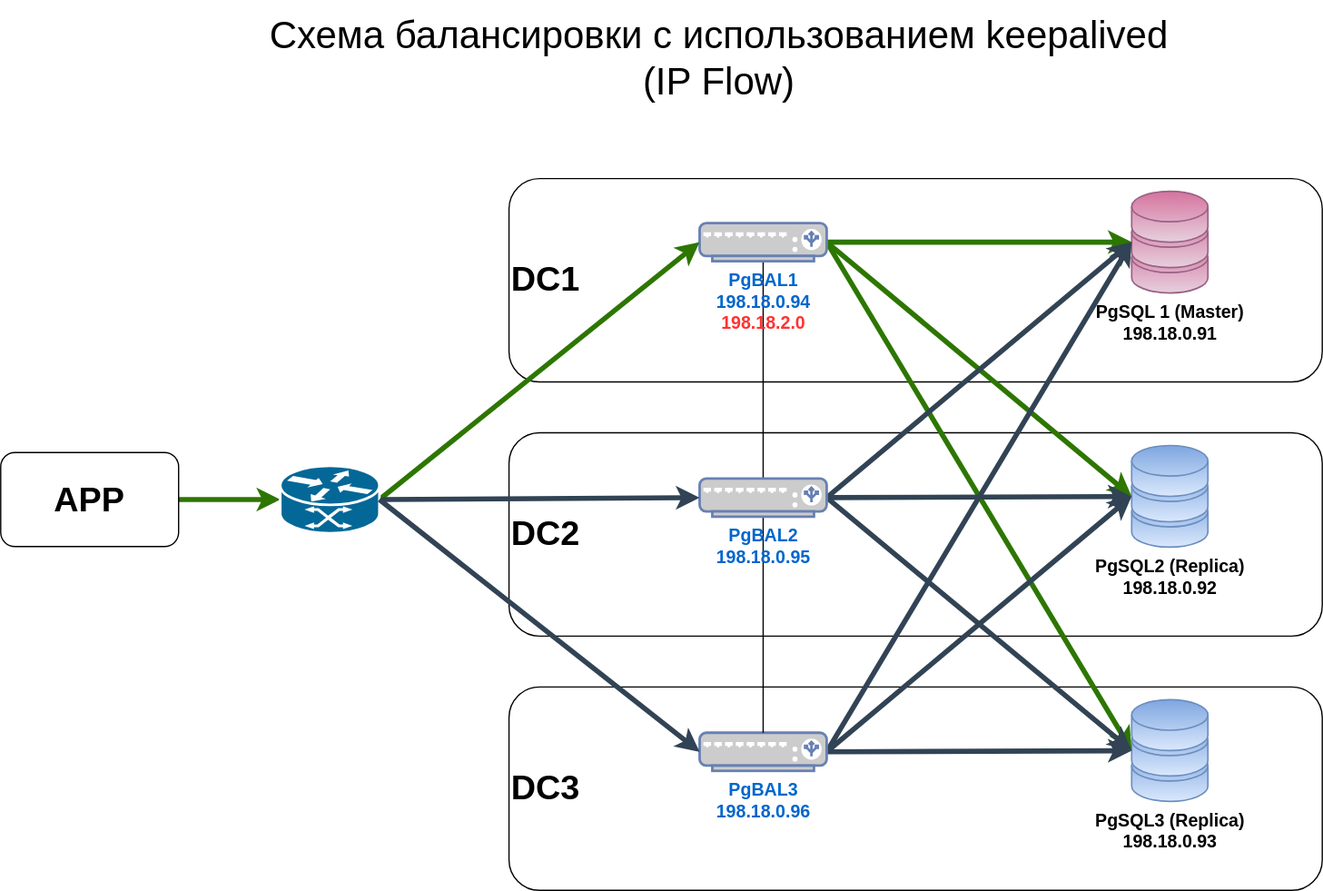
Before: support/drawio/ntwrk_02.drawio.svg, a diagram exported from draw.io (IgorAlov/pg_pool2_ng). Source tidied: cells renumbered, new cells last; positions are measured from the earlier drawing's top-left corner, leaving out a move shared by most shapes. Source of this version:
```xml
<mxGraphModel>
  <root>
    <mxCell id="0" />
    <mxCell id="1" parent="0" />
    <mxCell id="2" value="DC3" style="rounded=1;whiteSpace=wrap;html=1;fontSize=27;align=left;fontStyle=1;" parent="1" vertex="1">
      <mxGeometry x="400" y="540" width="640" height="160" as="geometry" />
    </mxCell>
    <mxCell id="3" value="DC2" style="rounded=1;whiteSpace=wrap;html=1;fontSize=27;align=left;fontStyle=1;" parent="1" vertex="1">
      <mxGeometry x="400" y="340" width="640" height="160" as="geometry" />
    </mxCell>
    <mxCell id="4" value="DC1" style="rounded=1;whiteSpace=wrap;html=1;fontSize=27;align=left;fontStyle=1;" parent="1" vertex="1">
      <mxGeometry x="400" y="140" width="640" height="160" as="geometry" />
    </mxCell>
    <mxCell id="5" value="PgSQL 1 (Master)&lt;br&gt;198.18.0.91" style="verticalAlign=top;verticalLabelPosition=bottom;labelPosition=center;align=center;html=1;outlineConnect=0;fillColor=#e6d0de;strokeColor=#996185;gradientDirection=north;strokeWidth=2;shape=mxgraph.networks.storage;fontSize=14;fontStyle=1;gradientColor=#d5739d;" parent="1" vertex="1">
      <mxGeometry x="890" y="150" width="60" height="80" as="geometry" />
    </mxCell>
    <mxCell id="6" value="PgSQL2 (Replica)&lt;br&gt;198.18.0.92" style="verticalAlign=top;verticalLabelPosition=bottom;labelPosition=center;align=center;html=1;outlineConnect=0;fillColor=#dae8fc;strokeColor=#6c8ebf;gradientColor=#7ea6e0;gradientDirection=north;strokeWidth=2;shape=mxgraph.networks.storage;fontSize=14;fontStyle=1;" parent="1" vertex="1">
      <mxGeometry x="890" y="350" width="60" height="80" as="geometry" />
    </mxCell>
    <mxCell id="7" value="PgSQL3 (Replica)&lt;br&gt;198.18.0.93" style="verticalAlign=top;verticalLabelPosition=bottom;labelPosition=center;align=center;html=1;outlineConnect=0;fillColor=#dae8fc;strokeColor=#6c8ebf;gradientColor=#7ea6e0;gradientDirection=north;strokeWidth=2;shape=mxgraph.networks.storage;fontSize=14;fontStyle=1;" parent="1" vertex="1">
      <mxGeometry x="890" y="550" width="60" height="80" as="geometry" />
    </mxCell>
    <mxCell id="8" style="edgeStyle=none;html=1;fontSize=14;entryX=0;entryY=0.5;entryDx=0;entryDy=0;entryPerimeter=0;fillColor=#60a917;strokeColor=#2D7600;strokeWidth=4;flowAnimation=1;" parent="1" edge="1" source="12" target="5">
      <mxGeometry relative="1" as="geometry" />
    </mxCell>
    <mxCell id="9" style="edgeStyle=none;html=1;exitX=1;exitY=0.5;exitDx=0;exitDy=0;exitPerimeter=0;entryX=0;entryY=0.5;entryDx=0;entryDy=0;entryPerimeter=0;fontSize=14;fillColor=#60a917;strokeColor=#2D7600;strokeWidth=4;flowAnimation=1;" parent="1" edge="1" source="12" target="7">
      <mxGeometry relative="1" as="geometry" />
    </mxCell>
    <mxCell id="10" style="edgeStyle=none;html=1;exitX=1;exitY=0.5;exitDx=0;exitDy=0;exitPerimeter=0;entryX=0;entryY=0.5;entryDx=0;entryDy=0;entryPerimeter=0;fontSize=14;fillColor=#60a917;strokeColor=#2D7600;strokeWidth=4;flowAnimation=1;" parent="1" edge="1" source="12" target="6">
      <mxGeometry relative="1" as="geometry" />
    </mxCell>
    <mxCell id="11" style="edgeStyle=none;html=1;exitX=0.5;exitY=1;exitDx=0;exitDy=0;exitPerimeter=0;fontSize=14;endArrow=none;endFill=0;flowAnimation=0;" parent="1" edge="1" source="12" target="21">
      <mxGeometry relative="1" as="geometry" />
    </mxCell>
    <mxCell id="12" value="PgBAL1&lt;br&gt;198.18.0.94&lt;br&gt;&lt;font color=&quot;#ff3333&quot;&gt;198.18.2.0&lt;/font&gt;" style="fontColor=#0066CC;verticalAlign=top;verticalLabelPosition=bottom;labelPosition=center;align=center;html=1;outlineConnect=0;fillColor=#CCCCCC;strokeColor=#6881B3;gradientColor=none;gradientDirection=north;strokeWidth=2;shape=mxgraph.networks.load_balancer;fontSize=14;fontStyle=1;" parent="1" vertex="1">
      <mxGeometry x="550" y="175" width="100" height="30" as="geometry" />
    </mxCell>
    <mxCell id="13" style="edgeStyle=none;html=1;exitX=1;exitY=0.5;exitDx=0;exitDy=0;exitPerimeter=0;fontSize=14;fillColor=#647687;strokeColor=#314354;strokeWidth=4;" parent="1" edge="1" source="16" target="7">
      <mxGeometry relative="1" as="geometry" />
    </mxCell>
    <mxCell id="14" style="edgeStyle=none;html=1;exitX=1;exitY=0.5;exitDx=0;exitDy=0;exitPerimeter=0;entryX=0;entryY=0.5;entryDx=0;entryDy=0;entryPerimeter=0;fontSize=14;fillColor=#647687;strokeColor=#314354;strokeWidth=4;" parent="1" edge="1" source="16" target="6">
      <mxGeometry relative="1" as="geometry" />
    </mxCell>
    <mxCell id="15" style="edgeStyle=none;html=1;exitX=1;exitY=0.5;exitDx=0;exitDy=0;exitPerimeter=0;entryX=0;entryY=0.5;entryDx=0;entryDy=0;entryPerimeter=0;fontSize=14;fillColor=#647687;strokeColor=#314354;strokeWidth=4;" parent="1" edge="1" source="16" target="5">
      <mxGeometry relative="1" as="geometry" />
    </mxCell>
    <mxCell id="16" value="PgBAL3&lt;br&gt;198.18.0.96" style="fontColor=#0066CC;verticalAlign=top;verticalLabelPosition=bottom;labelPosition=center;align=center;html=1;outlineConnect=0;fillColor=#CCCCCC;strokeColor=#6881B3;gradientColor=none;gradientDirection=north;strokeWidth=2;shape=mxgraph.networks.load_balancer;fontSize=14;fontStyle=1;" parent="1" vertex="1">
      <mxGeometry x="550" y="576" width="100" height="30" as="geometry" />
    </mxCell>
    <mxCell id="17" style="edgeStyle=none;html=1;exitX=1;exitY=0.5;exitDx=0;exitDy=0;exitPerimeter=0;fontSize=14;fillColor=#647687;strokeColor=#314354;strokeWidth=4;" parent="1" edge="1" source="21" target="6">
      <mxGeometry relative="1" as="geometry" />
    </mxCell>
    <mxCell id="18" style="edgeStyle=none;html=1;exitX=1;exitY=0.5;exitDx=0;exitDy=0;exitPerimeter=0;entryX=0;entryY=0.5;entryDx=0;entryDy=0;entryPerimeter=0;fontSize=14;fillColor=#647687;strokeColor=#314354;strokeWidth=4;" parent="1" edge="1" source="21" target="7">
      <mxGeometry relative="1" as="geometry" />
    </mxCell>
    <mxCell id="19" style="edgeStyle=none;html=1;exitX=1;exitY=0.5;exitDx=0;exitDy=0;exitPerimeter=0;entryX=0;entryY=0.5;entryDx=0;entryDy=0;entryPerimeter=0;fontSize=14;fillColor=#647687;strokeColor=#314354;strokeWidth=4;" parent="1" edge="1" source="21" target="5">
      <mxGeometry relative="1" as="geometry" />
    </mxCell>
    <mxCell id="20" style="edgeStyle=none;html=1;exitX=0.5;exitY=1;exitDx=0;exitDy=0;exitPerimeter=0;entryX=0.5;entryY=0;entryDx=0;entryDy=0;entryPerimeter=0;fontSize=14;endArrow=none;endFill=0;flowAnimation=0;" parent="1" edge="1" source="21" target="16">
      <mxGeometry relative="1" as="geometry" />
    </mxCell>
    <mxCell id="21" value="PgBAL2&lt;br&gt;198.18.0.95" style="fontColor=#0066CC;verticalAlign=top;verticalLabelPosition=bottom;labelPosition=center;align=center;html=1;outlineConnect=0;fillColor=#CCCCCC;strokeColor=#6881B3;gradientColor=none;gradientDirection=north;strokeWidth=2;shape=mxgraph.networks.load_balancer;fontSize=14;fontStyle=1;" parent="1" vertex="1">
      <mxGeometry x="550" y="376" width="100" height="30" as="geometry" />
    </mxCell>
    <mxCell id="22" style="edgeStyle=none;html=1;exitX=1;exitY=0.5;exitDx=0;exitDy=0;entryX=0;entryY=0.5;entryDx=0;entryDy=0;entryPerimeter=0;strokeWidth=4;fontSize=27;flowAnimation=1;fillColor=#60a917;strokeColor=#2D7600;" parent="1" edge="1" source="23" target="26">
      <mxGeometry relative="1" as="geometry" />
    </mxCell>
    <mxCell id="23" value="APP" style="rounded=1;whiteSpace=wrap;html=1;fontSize=27;fontStyle=1;" parent="1" vertex="1">
      <mxGeometry y="355.5" width="140" height="74" as="geometry" />
    </mxCell>
    <mxCell id="24" style="edgeStyle=none;html=1;entryX=0;entryY=0.5;entryDx=0;entryDy=0;strokeWidth=4;fontSize=27;entryPerimeter=0;exitX=1;exitY=0.5;exitDx=0;exitDy=0;exitPerimeter=0;flowAnimation=1;fillColor=#60a917;strokeColor=#2D7600;" parent="1" edge="1" source="26" target="12">
      <mxGeometry relative="1" as="geometry" />
    </mxCell>
    <mxCell id="25" style="edgeStyle=none;html=1;exitX=1;exitY=0.5;exitDx=0;exitDy=0;exitPerimeter=0;strokeWidth=4;fontSize=27;entryX=0;entryY=0.5;entryDx=0;entryDy=0;entryPerimeter=0;flowAnimation=0;fillColor=#647687;strokeColor=#314354;" parent="1" edge="1" source="26" target="21">
      <mxGeometry relative="1" as="geometry" />
    </mxCell>
    <mxCell id="26" style="shape=mxgraph.cisco.routers.atm_router;sketch=0;html=1;dashed=0;fillColor=#036897;strokeColor=#ffffff;strokeWidth=2;verticalLabelPosition=bottom;verticalAlign=top;align=center;outlineConnect=0;fontSize=27;" parent="1" vertex="1">
      <mxGeometry x="220" y="366" width="78" height="53" as="geometry" />
    </mxCell>
    <mxCell id="27" value="Схема балансировки с использованием keepalived&lt;br&gt;(IP Flow)" style="text;html=1;align=center;verticalAlign=middle;strokeColor=none;fillColor=none;fontSize=30;" parent="1" vertex="1">
      <mxGeometry x="200" width="730" height="90" as="geometry" />
    </mxCell>
    <mxCell id="28" style="edgeStyle=none;html=1;exitX=1;exitY=0.5;exitDx=0;exitDy=0;exitPerimeter=0;entryX=0;entryY=0.5;entryDx=0;entryDy=0;strokeWidth=4;fontSize=27;entryPerimeter=0;fillColor=#647687;strokeColor=#314354;" parent="1" edge="1" source="26" target="16">
      <mxGeometry relative="1" as="geometry" />
    </mxCell>
  </root>
</mxGraphModel>
```
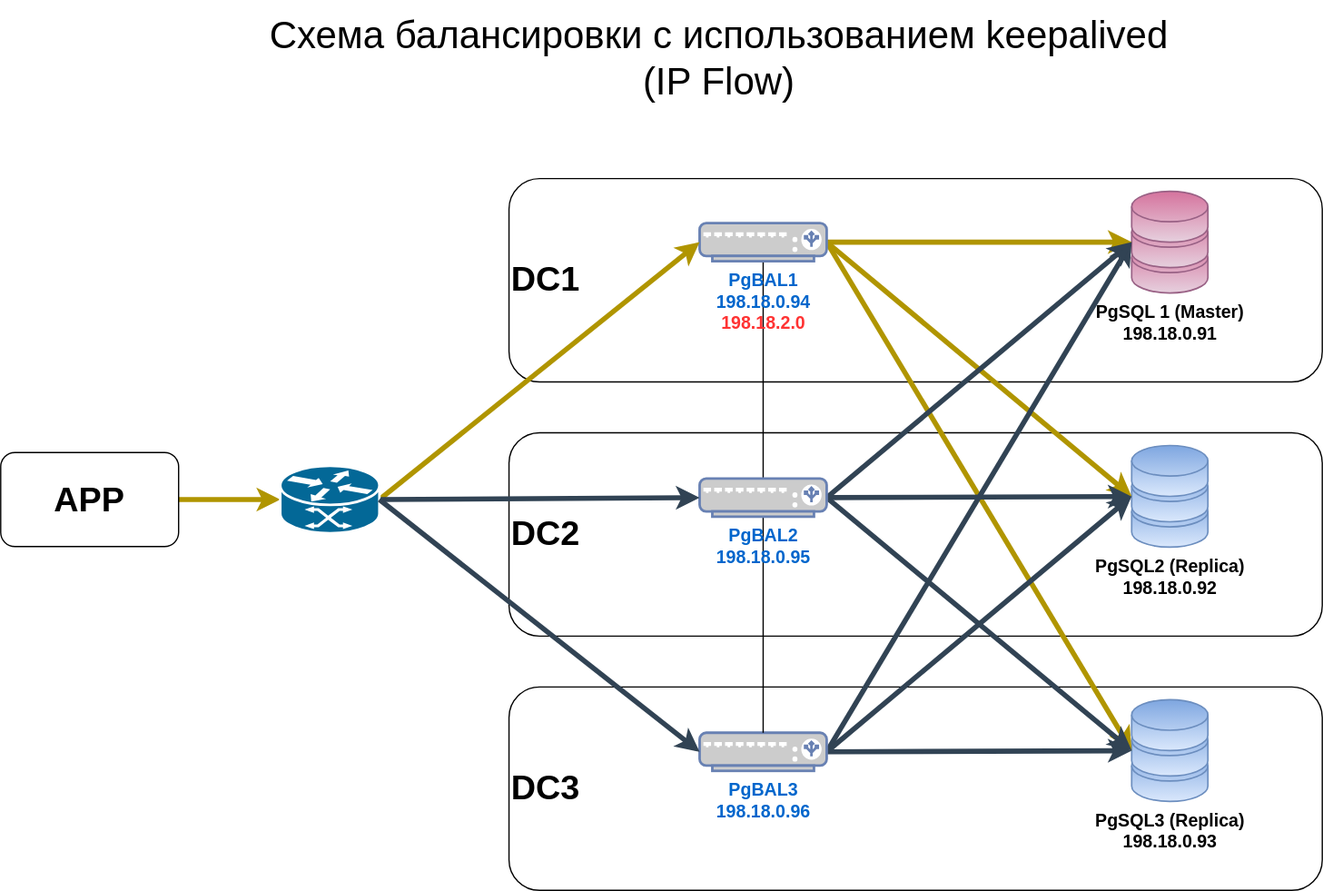
The same diagram one commit later.

The edit, as a diff of the source:
```diff
@@ -20,13 +20,13 @@
     <mxCell id="7" value="PgSQL3 (Replica)&lt;br&gt;198.18.0.93" style="verticalAlign=top;verticalLabelPosition=bottom;labelPosition=center;align=center;html=1;outlineConnect=0;fillColor=#dae8fc;strokeColor=#6c8ebf;gradientColor=#7ea6e0;gradientDirection=north;strokeWidth=2;shape=mxgraph.networks.storage;fontSize=14;fontStyle=1;" parent="1" vertex="1">
       <mxGeometry x="890" y="550" width="60" height="80" as="geometry" />
     </mxCell>
-    <mxCell id="8" style="edgeStyle=none;html=1;fontSize=14;entryX=0;entryY=0.5;entryDx=0;entryDy=0;entryPerimeter=0;fillColor=#60a917;strokeColor=#2D7600;strokeWidth=4;flowAnimation=1;" parent="1" edge="1" source="12" target="5">
+    <mxCell id="8" style="edgeStyle=none;html=1;fontSize=14;entryX=0;entryY=0.5;entryDx=0;entryDy=0;entryPerimeter=0;fillColor=#e3c800;strokeColor=#B09500;strokeWidth=4;flowAnimation=1;" parent="1" edge="1" source="12" target="5">
       <mxGeometry relative="1" as="geometry" />
     </mxCell>
-    <mxCell id="9" style="edgeStyle=none;html=1;exitX=1;exitY=0.5;exitDx=0;exitDy=0;exitPerimeter=0;entryX=0;entryY=0.5;entryDx=0;entryDy=0;entryPerimeter=0;fontSize=14;fillColor=#60a917;strokeColor=#2D7600;strokeWidth=4;flowAnimation=1;" parent="1" edge="1" source="12" target="7">
+    <mxCell id="9" style="edgeStyle=none;html=1;exitX=1;exitY=0.5;exitDx=0;exitDy=0;exitPerimeter=0;entryX=0;entryY=0.5;entryDx=0;entryDy=0;entryPerimeter=0;fontSize=14;fillColor=#e3c800;strokeColor=#B09500;strokeWidth=4;flowAnimation=1;" parent="1" edge="1" source="12" target="7">
       <mxGeometry relative="1" as="geometry" />
     </mxCell>
-    <mxCell id="10" style="edgeStyle=none;html=1;exitX=1;exitY=0.5;exitDx=0;exitDy=0;exitPerimeter=0;entryX=0;entryY=0.5;entryDx=0;entryDy=0;entryPerimeter=0;fontSize=14;fillColor=#60a917;strokeColor=#2D7600;strokeWidth=4;flowAnimation=1;" parent="1" edge="1" source="12" target="6">
+    <mxCell id="10" style="edgeStyle=none;html=1;exitX=1;exitY=0.5;exitDx=0;exitDy=0;exitPerimeter=0;entryX=0;entryY=0.5;entryDx=0;entryDy=0;entryPerimeter=0;fontSize=14;fillColor=#e3c800;strokeColor=#B09500;strokeWidth=4;flowAnimation=1;" parent="1" edge="1" source="12" target="6">
       <mxGeometry relative="1" as="geometry" />
     </mxCell>
     <mxCell id="11" style="edgeStyle=none;html=1;exitX=0.5;exitY=1;exitDx=0;exitDy=0;exitPerimeter=0;fontSize=14;endArrow=none;endFill=0;flowAnimation=0;" parent="1" edge="1" source="12" target="21">
@@ -62,13 +62,13 @@
     <mxCell id="21" value="PgBAL2&lt;br&gt;198.18.0.95" style="fontColor=#0066CC;verticalAlign=top;verticalLabelPosition=bottom;labelPosition=center;align=center;html=1;outlineConnect=0;fillColor=#CCCCCC;strokeColor=#6881B3;gradientColor=none;gradientDirection=north;strokeWidth=2;shape=mxgraph.networks.load_balancer;fontSize=14;fontStyle=1;" parent="1" vertex="1">
       <mxGeometry x="550" y="376" width="100" height="30" as="geometry" />
     </mxCell>
-    <mxCell id="22" style="edgeStyle=none;html=1;exitX=1;exitY=0.5;exitDx=0;exitDy=0;entryX=0;entryY=0.5;entryDx=0;entryDy=0;entryPerimeter=0;strokeWidth=4;fontSize=27;flowAnimation=1;fillColor=#60a917;strokeColor=#2D7600;" parent="1" edge="1" source="23" target="26">
+    <mxCell id="22" style="edgeStyle=none;html=1;exitX=1;exitY=0.5;exitDx=0;exitDy=0;entryX=0;entryY=0.5;entryDx=0;entryDy=0;entryPerimeter=0;strokeWidth=4;fontSize=27;flowAnimation=1;fillColor=#e3c800;strokeColor=#B09500;" parent="1" edge="1" source="23" target="26">
       <mxGeometry relative="1" as="geometry" />
     </mxCell>
     <mxCell id="23" value="APP" style="rounded=1;whiteSpace=wrap;html=1;fontSize=27;fontStyle=1;" parent="1" vertex="1">
       <mxGeometry y="355.5" width="140" height="74" as="geometry" />
     </mxCell>
-    <mxCell id="24" style="edgeStyle=none;html=1;entryX=0;entryY=0.5;entryDx=0;entryDy=0;strokeWidth=4;fontSize=27;entryPerimeter=0;exitX=1;exitY=0.5;exitDx=0;exitDy=0;exitPerimeter=0;flowAnimation=1;fillColor=#60a917;strokeColor=#2D7600;" parent="1" edge="1" source="26" target="12">
+    <mxCell id="24" style="edgeStyle=none;html=1;entryX=0;entryY=0.5;entryDx=0;entryDy=0;strokeWidth=4;fontSize=27;entryPerimeter=0;exitX=1;exitY=0.5;exitDx=0;exitDy=0;exitPerimeter=0;flowAnimation=1;fillColor=#e3c800;strokeColor=#B09500;" parent="1" edge="1" source="26" target="12">
       <mxGeometry relative="1" as="geometry" />
     </mxCell>
     <mxCell id="25" style="edgeStyle=none;html=1;exitX=1;exitY=0.5;exitDx=0;exitDy=0;exitPerimeter=0;strokeWidth=4;fontSize=27;entryX=0;entryY=0.5;entryDx=0;entryDy=0;entryPerimeter=0;flowAnimation=0;fillColor=#647687;strokeColor=#314354;" parent="1" edge="1" source="26" target="21">
```
